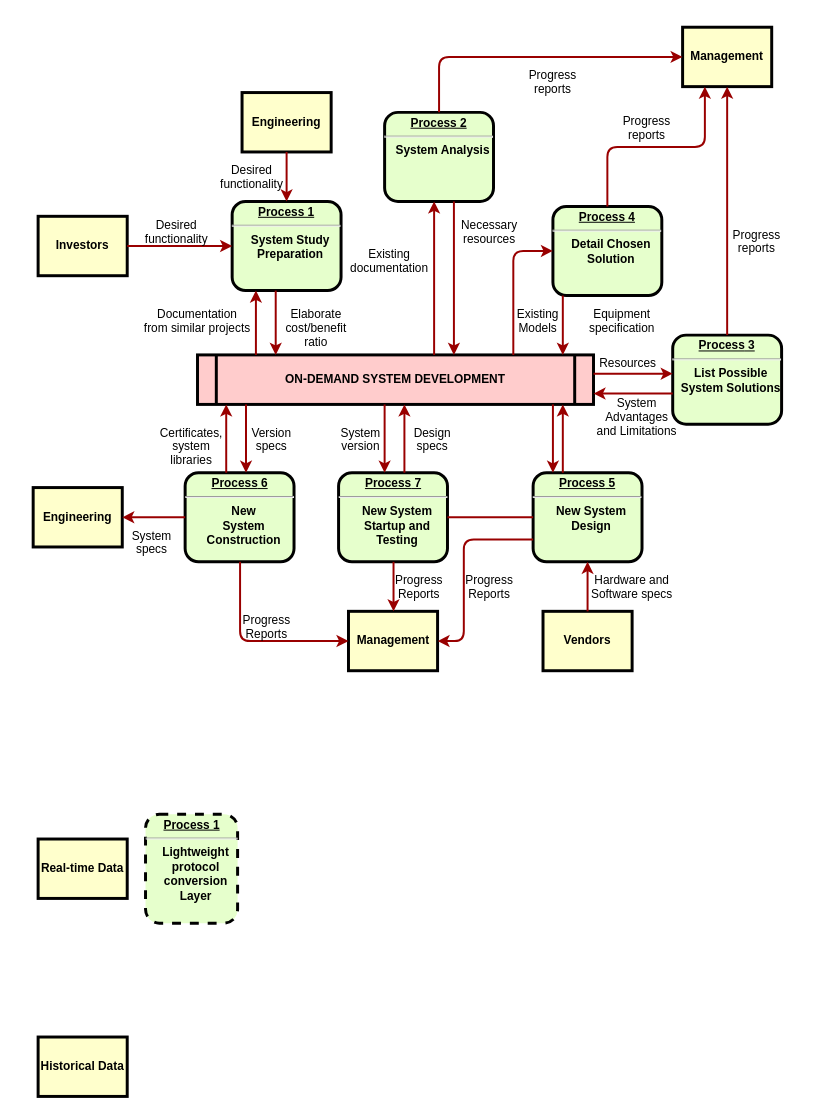
Above: data-flow.drawio in licongchao/Customized-Charts (draw.io), before the change. Source tidied: cells renumbered, new cells numbered last; positions are measured from the earlier drawing's top-left corner, leaving out a move shared by most shapes. Both pictures are drawn from the tidied source at 99%, with x=0, y=0 at pixel (33, 27).
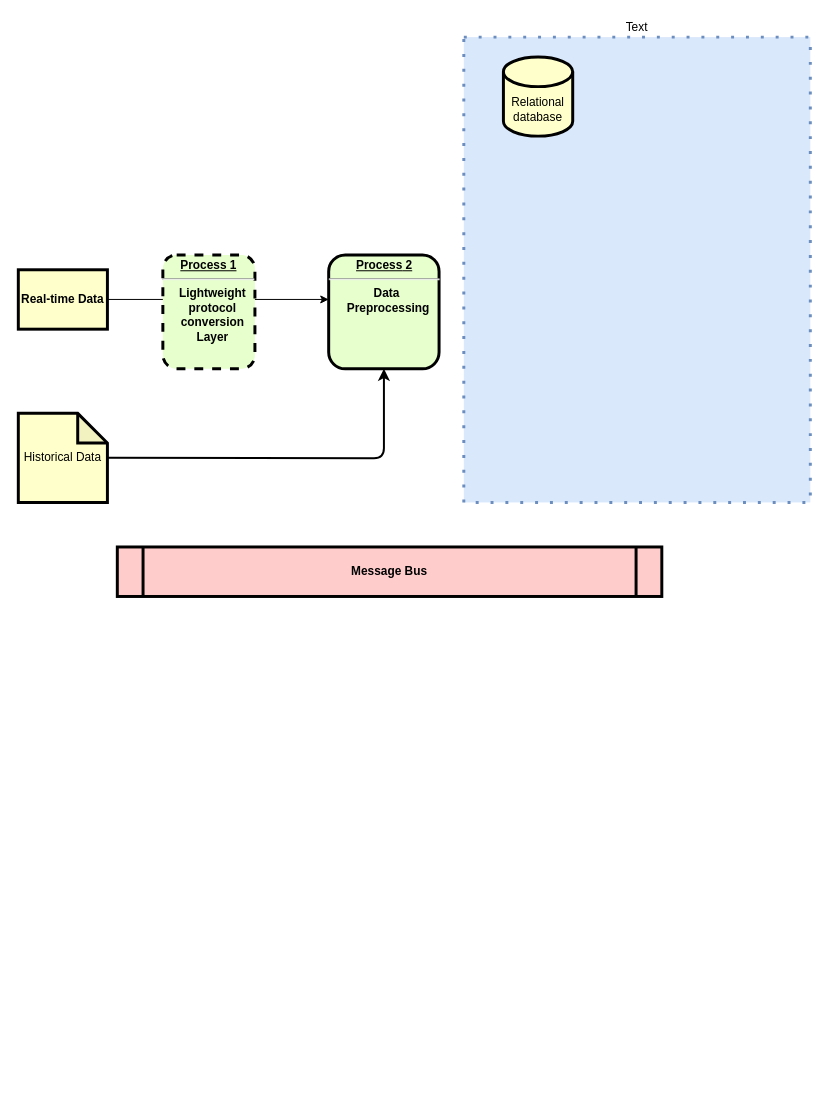
The same page after the edit.

The edit, as a diff of the source:
```diff
@@
-    <mxCell id="2" value="&lt;p style=&quot;margin: 0px; margin-top: 4px; text-align: center; text-decoration: underline;&quot;&gt;&lt;strong&gt;Process 1&lt;br /&gt;&lt;/strong&gt;&lt;/p&gt;&lt;hr /&gt;&lt;p style=&quot;margin: 0px; margin-left: 8px;&quot;&gt;System Study&lt;/p&gt;&lt;p style=&quot;margin: 0px; margin-left: 8px;&quot;&gt;Preparation&lt;/p&gt;" style="verticalAlign=middle;align=center;overflow=fill;fontSize=12;fontFamily=Helvetica;html=1;rounded=1;fontStyle=1;strokeWidth=3;fillColor=#E6FFCC;" parent="1" vertex="1">
-      <mxGeometry x="201" y="176" width="110" height="90" as="geometry" />
-    </mxCell>
-    <mxCell id="3" value="Engineering" style="whiteSpace=wrap;align=center;verticalAlign=middle;fontStyle=1;strokeWidth=3;fillColor=#FFFFCC;" parent="1" vertex="1">
-      <mxGeometry x="211" y="66" width="90" height="60" as="geometry" />
-    </mxCell>
-    <mxCell id="4" value="Investors" style="whiteSpace=wrap;align=center;verticalAlign=middle;fontStyle=1;strokeWidth=3;fillColor=#FFFFCC;" parent="1" vertex="1">
-      <mxGeometry x="5" y="191" width="90" height="60" as="geometry" />
-    </mxCell>
-    <mxCell id="5" value="ON-DEMAND SYSTEM DEVELOPMENT" style="shape=process;whiteSpace=wrap;align=center;verticalAlign=middle;size=0.0475;fontStyle=1;strokeWidth=3;fillColor=#FFCCCC;" parent="1" vertex="1">
-      <mxGeometry x="166" y="331" width="400" height="50" as="geometry" />
-    </mxCell>
-    <mxCell id="6" value="&lt;p style=&quot;margin: 0px; margin-top: 4px; text-align: center; text-decoration: underline;&quot;&gt;&lt;strong&gt;Process 2&lt;br /&gt;&lt;/strong&gt;&lt;/p&gt;&lt;hr /&gt;&lt;p style=&quot;margin: 0px; margin-left: 8px;&quot;&gt;System Analysis&lt;/p&gt;" style="verticalAlign=middle;align=center;overflow=fill;fontSize=12;fontFamily=Helvetica;html=1;rounded=1;fontStyle=1;strokeWidth=3;fillColor=#E6FFCC;" parent="1" vertex="1">
-      <mxGeometry x="355" y="86" width="110" height="90" as="geometry" />
-    </mxCell>
-    <mxCell id="7" value="&lt;p style=&quot;margin: 0px; margin-top: 4px; text-align: center; text-decoration: underline;&quot;&gt;&lt;strong&gt;&lt;strong&gt;Process&lt;/strong&gt; 3&lt;br /&gt;&lt;/strong&gt;&lt;/p&gt;&lt;hr /&gt;&lt;p style=&quot;margin: 0px; margin-left: 8px;&quot;&gt;List Possible&lt;/p&gt;&lt;p style=&quot;margin: 0px; margin-left: 8px;&quot;&gt;System Solutions&lt;/p&gt;" style="verticalAlign=middle;align=center;overflow=fill;fontSize=12;fontFamily=Helvetica;html=1;rounded=1;fontStyle=1;strokeWidth=3;fillColor=#E6FFCC;" parent="1" vertex="1">
-      <mxGeometry x="646" y="311" width="110" height="90" as="geometry" />
-    </mxCell>
-    <mxCell id="8" value="&lt;p style=&quot;margin: 0px; margin-top: 4px; text-align: center; text-decoration: underline;&quot;&gt;&lt;strong&gt;&lt;strong&gt;Process&lt;/strong&gt; 4&lt;br /&gt;&lt;/strong&gt;&lt;/p&gt;&lt;hr /&gt;&lt;p style=&quot;margin: 0px; margin-left: 8px;&quot;&gt;Detail Chosen&lt;/p&gt;&lt;p style=&quot;margin: 0px; margin-left: 8px;&quot;&gt;Solution&lt;/p&gt;" style="verticalAlign=middle;align=center;overflow=fill;fontSize=12;fontFamily=Helvetica;html=1;rounded=1;fontStyle=1;strokeWidth=3;fillColor=#E6FFCC;" parent="1" vertex="1">
-      <mxGeometry x="525" y="181" width="110" height="90" as="geometry" />
-    </mxCell>
-    <mxCell id="9" value="&lt;p style=&quot;margin: 0px; margin-top: 4px; text-align: center; text-decoration: underline;&quot;&gt;&lt;strong&gt;&lt;strong&gt;Process&lt;/strong&gt; 5&lt;br /&gt;&lt;/strong&gt;&lt;/p&gt;&lt;hr /&gt;&lt;p style=&quot;margin: 0px; margin-left: 8px;&quot;&gt;New System&lt;/p&gt;&lt;p style=&quot;margin: 0px; margin-left: 8px;&quot;&gt;Design&lt;/p&gt;" style="verticalAlign=middle;align=center;overflow=fill;fontSize=12;fontFamily=Helvetica;html=1;rounded=1;fontStyle=1;strokeWidth=3;fillColor=#E6FFCC;" parent="1" vertex="1">
-      <mxGeometry x="505" y="450" width="110" height="90" as="geometry" />
-    </mxCell>
-    <mxCell id="10" value="&lt;p style=&quot;margin: 0px; margin-top: 4px; text-align: center; text-decoration: underline;&quot;&gt;&lt;strong&gt;&lt;strong&gt;Process&lt;/strong&gt; 6&lt;br /&gt;&lt;/strong&gt;&lt;/p&gt;&lt;hr /&gt;&lt;p style=&quot;margin: 0px; margin-left: 8px;&quot;&gt;New&lt;/p&gt;&lt;p style=&quot;margin: 0px; margin-left: 8px;&quot;&gt;System&lt;/p&gt;&lt;p style=&quot;margin: 0px; margin-left: 8px;&quot;&gt;Construction&lt;/p&gt;" style="verticalAlign=middle;align=center;overflow=fill;fontSize=12;fontFamily=Helvetica;html=1;rounded=1;fontStyle=1;strokeWidth=3;fillColor=#E6FFCC;" parent="1" vertex="1">
-      <mxGeometry x="153.5" y="450" width="110" height="90" as="geometry" />
-    </mxCell>
-    <mxCell id="11" value="Management" style="whiteSpace=wrap;align=center;verticalAlign=middle;fontStyle=1;strokeWidth=3;fillColor=#FFFFCC;" parent="1" vertex="1">
-      <mxGeometry x="656" width="90" height="60" as="geometry" />
-    </mxCell>
-    <mxCell id="12" value="Management" style="whiteSpace=wrap;align=center;verticalAlign=middle;fontStyle=1;strokeWidth=3;fillColor=#FFFFCC;" parent="1" vertex="1">
-      <mxGeometry x="318.5" y="590" width="90" height="60" as="geometry" />
-    </mxCell>
-    <mxCell id="13" value="Engineering" style="whiteSpace=wrap;align=center;verticalAlign=middle;fontStyle=1;strokeWidth=3;fillColor=#FFFFCC;" parent="1" vertex="1">
-      <mxGeometry y="465" width="90" height="60" as="geometry" />
-    </mxCell>
-    <mxCell id="14" value="Vendors" style="whiteSpace=wrap;align=center;verticalAlign=middle;fontStyle=1;strokeWidth=3;fillColor=#FFFFCC;" parent="1" vertex="1">
-      <mxGeometry x="515" y="590" width="90" height="60" as="geometry" />
-    </mxCell>
-    <mxCell id="15" style="edgeStyle=none;noEdgeStyle=1;strokeColor=#990000;strokeWidth=2;" parent="1" edge="1" source="3" target="2">
-      <mxGeometry relative="1" as="geometry" />
-    </mxCell>
-    <mxCell id="16" style="edgeStyle=none;noEdgeStyle=1;strokeColor=#990000;strokeWidth=2;" parent="1" edge="1" source="4" target="2">
-      <mxGeometry relative="1" as="geometry" />
-    </mxCell>
-    <mxCell id="17" value="&lt;p style=&quot;margin: 0px; margin-top: 4px; text-align: center; text-decoration: underline;&quot;&gt;&lt;strong&gt;&lt;strong&gt;Process&lt;/strong&gt; 7&lt;br /&gt;&lt;/strong&gt;&lt;/p&gt;&lt;hr /&gt;&lt;p style=&quot;margin: 0px; margin-left: 8px;&quot;&gt;New System&lt;/p&gt;&lt;p style=&quot;margin: 0px; margin-left: 8px;&quot;&gt;Startup and&lt;/p&gt;&lt;p style=&quot;margin: 0px; margin-left: 8px;&quot;&gt;Testing&lt;/p&gt;" style="verticalAlign=middle;align=center;overflow=fill;fontSize=12;fontFamily=Helvetica;html=1;rounded=1;fontStyle=1;strokeWidth=3;fillColor=#E6FFCC;" parent="1" vertex="1">
-      <mxGeometry x="308.5" y="450" width="110" height="90" as="geometry" />
-    </mxCell>
-    <mxCell id="18" style="endArrow=none;noEdgeStyle=1;strokeColor=#990000;strokeWidth=2;" parent="1" edge="1" source="9" target="17">
-      <mxGeometry relative="1" as="geometry" />
-    </mxCell>
-    <mxCell id="19" value="Desired &#10;functionality" style="text;spacingTop=-5;align=center;" parent="1" vertex="1">
-      <mxGeometry x="130" y="191" width="30" height="20" as="geometry" />
-    </mxCell>
-    <mxCell id="20" value="Desired &#10;functionality" style="text;spacingTop=-5;align=center;" parent="1" vertex="1">
-      <mxGeometry x="206" y="136" width="30" height="20" as="geometry" />
-    </mxCell>
-    <mxCell id="21" value="Documentation&#10;from similar projects" style="text;spacingTop=-5;align=center;" parent="1" vertex="1">
-      <mxGeometry x="151" y="281" width="30" height="20" as="geometry" />
-    </mxCell>
-    <mxCell id="22" style="edgeStyle=elbowEdgeStyle;elbow=horizontal;strokeColor=#990000;strokeWidth=2;" parent="1" edge="1" source="5" target="2">
-      <mxGeometry relative="1" as="geometry">
-        <Array as="points">
-          <mxPoint x="225" y="310" />
-        </Array>
-      </mxGeometry>
-    </mxCell>
-    <mxCell id="23" style="edgeStyle=elbowEdgeStyle;elbow=horizontal;strokeColor=#990000;strokeWidth=2;" parent="1" edge="1" source="2" target="5">
-      <mxGeometry relative="1" as="geometry">
-        <Array as="points">
-          <mxPoint x="245" y="300" />
-        </Array>
-      </mxGeometry>
-    </mxCell>
-    <mxCell id="24" value="Elaborate&#10;cost/benefit&#10;ratio" style="text;spacingTop=-5;align=center;" parent="1" vertex="1">
-      <mxGeometry x="271" y="281" width="30" height="20" as="geometry" />
-    </mxCell>
-    <mxCell id="25" style="edgeStyle=elbowEdgeStyle;elbow=horizontal;strokeColor=#990000;strokeWidth=2;" parent="1" edge="1" source="5" target="6">
-      <mxGeometry relative="1" as="geometry">
-        <Array as="points">
-          <mxPoint x="405" y="250" />
-        </Array>
-      </mxGeometry>
-    </mxCell>
-    <mxCell id="26" style="edgeStyle=elbowEdgeStyle;elbow=horizontal;strokeColor=#990000;strokeWidth=2;" parent="1" edge="1" source="6" target="5">
-      <mxGeometry relative="1" as="geometry">
-        <Array as="points">
-          <mxPoint x="425" y="260" />
-        </Array>
-      </mxGeometry>
-    </mxCell>
-    <mxCell id="27" value="Existing&#10;documentation" style="text;spacingTop=-5;align=center;" parent="1" vertex="1">
-      <mxGeometry x="345" y="221" width="30" height="20" as="geometry" />
-    </mxCell>
-    <mxCell id="28" value="Necessary&#10;resources" style="text;spacingTop=-5;align=center;" parent="1" vertex="1">
-      <mxGeometry x="446" y="191" width="30" height="20" as="geometry" />
-    </mxCell>
-    <mxCell id="29" value="Progress&#10;reports" style="text;spacingTop=-5;align=center;" parent="1" vertex="1">
-      <mxGeometry x="510" y="40" width="30" height="20" as="geometry" />
-    </mxCell>
-    <mxCell id="30" value="Progress&#10;reports" style="text;spacingTop=-5;align=center;" parent="1" vertex="1">
-      <mxGeometry x="605" y="86" width="30" height="20" as="geometry" />
-    </mxCell>
-    <mxCell id="31" value="Progress&#10;reports" style="text;spacingTop=-5;align=center;" parent="1" vertex="1">
-      <mxGeometry x="716" y="201" width="30" height="20" as="geometry" />
-    </mxCell>
-    <mxCell id="32" style="edgeStyle=elbowEdgeStyle;elbow=horizontal;strokeColor=#990000;strokeWidth=2;" parent="1" edge="1" source="6" target="11">
-      <mxGeometry relative="1" as="geometry">
-        <Array as="points">
-          <mxPoint x="410" y="80" />
-        </Array>
-      </mxGeometry>
-    </mxCell>
-    <mxCell id="33" style="edgeStyle=elbowEdgeStyle;elbow=vertical;entryX=0.25;entryY=1;strokeColor=#990000;strokeWidth=2;" parent="1" edge="1" source="8" target="11">
-      <mxGeometry relative="1" as="geometry" />
-    </mxCell>
-    <mxCell id="34" style="edgeStyle=elbowEdgeStyle;elbow=horizontal;strokeColor=#990000;strokeWidth=2;" parent="1" edge="1" source="7" target="11">
-      <mxGeometry relative="1" as="geometry" />
-    </mxCell>
-    <mxCell id="35" style="edgeStyle=elbowEdgeStyle;elbow=horizontal;strokeColor=#990000;strokeWidth=2;" parent="1" edge="1" source="8" target="5">
-      <mxGeometry relative="1" as="geometry">
-        <Array as="points">
-          <mxPoint x="535" y="300" />
-        </Array>
-      </mxGeometry>
-    </mxCell>
-    <mxCell id="36" style="edgeStyle=segmentEdgeStyle;strokeColor=#990000;strokeWidth=2;" parent="1" edge="1" source="5" target="8">
-      <mxGeometry relative="1" as="geometry">
-        <Array as="points">
-          <mxPoint x="485" y="226" />
-        </Array>
-      </mxGeometry>
-    </mxCell>
-    <mxCell id="37" value="Existing&#10;Models" style="text;spacingTop=-5;align=center;" parent="1" vertex="1">
-      <mxGeometry x="495" y="281" width="30" height="20" as="geometry" />
-    </mxCell>
-    <mxCell id="38" value="Equipment&#10;specification" style="text;spacingTop=-5;align=center;" parent="1" vertex="1">
-      <mxGeometry x="580" y="281" width="30" height="20" as="geometry" />
-    </mxCell>
-    <mxCell id="39" style="edgeStyle=elbowEdgeStyle;elbow=vertical;strokeColor=#990000;strokeWidth=2;" parent="1" edge="1" source="5" target="7">
-      <mxGeometry relative="1" as="geometry">
-        <Array as="points">
-          <mxPoint x="615" y="350" />
-        </Array>
-      </mxGeometry>
-    </mxCell>
-    <mxCell id="40" style="edgeStyle=elbowEdgeStyle;elbow=vertical;strokeColor=#990000;strokeWidth=2;" parent="1" edge="1" source="7" target="5">
-      <mxGeometry relative="1" as="geometry">
-        <Array as="points">
-          <mxPoint x="615" y="370" />
-        </Array>
-      </mxGeometry>
-    </mxCell>
-    <mxCell id="41" value="Resources" style="text;spacingTop=-5;align=center;" parent="1" vertex="1">
-      <mxGeometry x="586" y="331" width="30" height="20" as="geometry" />
-    </mxCell>
-    <mxCell id="42" value="System &#10;Advantages &#10;and Limitations" style="text;spacingTop=-5;align=center;" parent="1" vertex="1">
-      <mxGeometry x="595" y="371" width="30" height="20" as="geometry" />
-    </mxCell>
-    <mxCell id="43" style="edgeStyle=elbowEdgeStyle;elbow=horizontal;strokeColor=#990000;strokeWidth=2;" parent="1" edge="1" source="9" target="5">
-      <mxGeometry relative="1" as="geometry">
-        <Array as="points">
-          <mxPoint x="535" y="410" />
-        </Array>
-      </mxGeometry>
-    </mxCell>
-    <mxCell id="44" style="edgeStyle=elbowEdgeStyle;elbow=horizontal;strokeColor=#990000;strokeWidth=2;" parent="1" edge="1" source="5" target="9">
-      <mxGeometry relative="1" as="geometry">
-        <Array as="points">
-          <mxPoint x="525" y="420" />
-        </Array>
-      </mxGeometry>
-    </mxCell>
-    <mxCell id="45" style="edgeStyle=elbowEdgeStyle;elbow=horizontal;strokeColor=#990000;strokeWidth=2;" parent="1" edge="1" source="14" target="9">
-      <mxGeometry relative="1" as="geometry" />
-    </mxCell>
-    <mxCell id="46" value="Hardware and&#10;Software specs" style="text;spacingTop=-5;align=center;" parent="1" vertex="1">
-      <mxGeometry x="590" y="550" width="30" height="20" as="geometry" />
-    </mxCell>
-    <mxCell id="47" style="edgeStyle=elbowEdgeStyle;elbow=horizontal;exitX=0;exitY=0.75;strokeColor=#990000;strokeWidth=2;" parent="1" edge="1" source="9" target="12">
-      <mxGeometry relative="1" as="geometry">
-        <Array as="points">
-          <mxPoint x="435" y="570" />
-        </Array>
-      </mxGeometry>
-    </mxCell>
-    <mxCell id="48" value="Progress&#10;Reports" style="text;spacingTop=-5;align=center;" parent="1" vertex="1">
-      <mxGeometry x="446" y="550" width="30" height="20" as="geometry" />
-    </mxCell>
-    <mxCell id="49" style="edgeStyle=elbowEdgeStyle;elbow=horizontal;strokeColor=#990000;strokeWidth=2;" parent="1" edge="1" source="17" target="12">
-      <mxGeometry relative="1" as="geometry" />
-    </mxCell>
-    <mxCell id="50" value="Progress&#10;Reports" style="text;spacingTop=-5;align=center;" parent="1" vertex="1">
-      <mxGeometry x="375" y="550" width="30" height="20" as="geometry" />
-    </mxCell>
-    <mxCell id="51" style="edgeStyle=elbowEdgeStyle;elbow=horizontal;strokeColor=#990000;strokeWidth=2;" parent="1" edge="1" source="10" target="12">
-      <mxGeometry relative="1" as="geometry">
-        <Array as="points">
-          <mxPoint x="209" y="570" />
-        </Array>
-      </mxGeometry>
-    </mxCell>
-    <mxCell id="52" value="Progress&#10;Reports" style="text;spacingTop=-5;align=center;" parent="1" vertex="1">
-      <mxGeometry x="221" y="590" width="30" height="20" as="geometry" />
-    </mxCell>
-    <mxCell id="53" style="edgeStyle=elbowEdgeStyle;elbow=vertical;strokeColor=#990000;strokeWidth=2;" parent="1" edge="1" source="10" target="13">
-      <mxGeometry relative="1" as="geometry" />
-    </mxCell>
-    <mxCell id="54" style="edgeStyle=elbowEdgeStyle;elbow=horizontal;strokeColor=#990000;strokeWidth=2;" parent="1" edge="1" source="5" target="17">
-      <mxGeometry relative="1" as="geometry">
-        <Array as="points">
-          <mxPoint x="355" y="410" />
-        </Array>
-      </mxGeometry>
-    </mxCell>
-    <mxCell id="55" style="edgeStyle=elbowEdgeStyle;elbow=horizontal;strokeColor=#990000;strokeWidth=2;" parent="1" edge="1" source="17" target="5">
-      <mxGeometry relative="1" as="geometry">
-        <Array as="points">
-          <mxPoint x="375" y="410" />
-        </Array>
-      </mxGeometry>
-    </mxCell>
-    <mxCell id="56" value="Version&#10;specs" style="text;spacingTop=-5;align=center;" parent="1" vertex="1">
-      <mxGeometry x="226" y="401" width="30" height="20" as="geometry" />
-    </mxCell>
-    <mxCell id="57" value="Certificates,&#10;system&#10;libraries" style="text;spacingTop=-5;align=center;" parent="1" vertex="1">
-      <mxGeometry x="145" y="401" width="30" height="20" as="geometry" />
-    </mxCell>
-    <mxCell id="58" style="edgeStyle=elbowEdgeStyle;elbow=horizontal;strokeColor=#990000;strokeWidth=2;" parent="1" edge="1" source="5" target="10">
-      <mxGeometry relative="1" as="geometry">
-        <Array as="points">
-          <mxPoint x="215" y="410" />
-        </Array>
-      </mxGeometry>
-    </mxCell>
-    <mxCell id="59" style="edgeStyle=elbowEdgeStyle;elbow=horizontal;strokeColor=#990000;strokeWidth=2;" parent="1" edge="1" source="10" target="5">
-      <mxGeometry relative="1" as="geometry">
-        <Array as="points">
-          <mxPoint x="195" y="410" />
-        </Array>
-      </mxGeometry>
-    </mxCell>
-    <mxCell id="60" value="System&#10;specs" style="text;spacingTop=-5;align=center;" parent="1" vertex="1">
-      <mxGeometry x="105" y="505" width="30" height="20" as="geometry" />
-    </mxCell>
-    <mxCell id="61" value="Design&#10;specs" style="text;spacingTop=-5;align=center;" parent="1" vertex="1">
-      <mxGeometry x="388.5" y="401" width="30" height="20" as="geometry" />
-    </mxCell>
-    <mxCell id="62" value="System&#10;version" style="text;spacingTop=-5;align=center;" parent="1" vertex="1">
-      <mxGeometry x="316" y="401" width="30" height="20" as="geometry" />
-    </mxCell>
+    <mxCell id="66" style="edgeStyle=orthogonalEdgeStyle;rounded=0;jettySize=auto;html=1;entryX=0;entryY=0.391;entryDx=0;entryDy=0;entryPerimeter=0;" parent="1" edge="1" source="63" target="69">
+      <mxGeometry relative="1" as="geometry" />
+    </mxCell>
     <mxCell id="63" value="Real-time Data" style="whiteSpace=wrap;align=center;verticalAlign=middle;fontStyle=1;strokeWidth=3;fillColor=#FFFFCC;" parent="1" vertex="1">
-      <mxGeometry x="5" y="820" width="90" height="60" as="geometry" />
+      <mxGeometry x="-15" y="245" width="90" height="60" as="geometry" />
     </mxCell>
+    <mxCell id="67" style="edgeStyle=orthogonalEdgeStyle;rounded=1;jettySize=auto;html=1;strokeWidth=2;" parent="1" edge="1" target="69">
+      <mxGeometry relative="1" as="geometry">
+        <mxPoint x="75" y="434.9" as="sourcePoint" />
+      </mxGeometry>
+    </mxCell>
+    <mxCell id="65" value="&lt;p style=&quot;margin: 0px ; margin-top: 4px ; text-align: center ; text-decoration: underline&quot;&gt;&lt;strong&gt;Process 1&lt;br&gt;&lt;/strong&gt;&lt;/p&gt;&lt;hr&gt;&lt;p style=&quot;margin: 0px ; margin-left: 8px&quot;&gt;Lightweight&lt;/p&gt;&lt;p style=&quot;margin: 0px ; margin-left: 8px&quot;&gt;protocol&lt;/p&gt;&lt;p style=&quot;margin: 0px ; margin-left: 8px&quot;&gt;conversion&lt;/p&gt;&lt;p style=&quot;margin: 0px ; margin-left: 8px&quot;&gt;Layer&lt;/p&gt;&lt;p style=&quot;margin: 0px ; margin-left: 8px&quot;&gt;&lt;br&gt;&lt;/p&gt;" style="verticalAlign=middle;align=center;overflow=fill;fontSize=12;fontFamily=Helvetica;html=1;rounded=1;fontStyle=1;strokeWidth=3;fillColor=#E6FFCC;dashed=1;" parent="1" vertex="1">
+      <mxGeometry x="131" y="230" width="93" height="115" as="geometry" />
+    </mxCell>
+    <mxCell id="68" value="Message Bus" style="shape=process;whiteSpace=wrap;align=center;verticalAlign=middle;size=0.0475;fontStyle=1;strokeWidth=3;fillColor=#FFCCCC;" parent="1" vertex="1">
+      <mxGeometry x="85" y="525" width="550" height="50" as="geometry" />
+    </mxCell>
+    <mxCell id="69" value="&lt;p style=&quot;margin: 0px ; margin-top: 4px ; text-align: center ; text-decoration: underline&quot;&gt;&lt;strong&gt;&lt;strong&gt;Process&lt;/strong&gt; 2&lt;br&gt;&lt;/strong&gt;&lt;/p&gt;&lt;hr&gt;&lt;p style=&quot;margin: 0px ; margin-left: 8px&quot;&gt;Data&amp;nbsp;&lt;/p&gt;&lt;p style=&quot;margin: 0px ; margin-left: 8px&quot;&gt;Preprocessing&lt;/p&gt;" style="verticalAlign=middle;align=center;overflow=fill;fontSize=12;fontFamily=Helvetica;html=1;rounded=1;fontStyle=1;strokeWidth=3;fillColor=#E6FFCC;" parent="1" vertex="1">
+      <mxGeometry x="298.5" y="230" width="111.5" height="115" as="geometry" />
+    </mxCell>
-    <mxCell id="64" value="Historical Data" style="whiteSpace=wrap;align=center;verticalAlign=middle;fontStyle=1;strokeWidth=3;fillColor=#FFFFCC;" parent="1" vertex="1">
-      <mxGeometry x="5" y="1020" width="90" height="60" as="geometry" />
+    <mxCell id="64" value="Historical Data" style="shape=note;whiteSpace=wrap;html=1;backgroundOutline=1;darkOpacity=0.05;strokeWidth=3;fillColor=#FFFFCC;" parent="1" vertex="1">
+      <mxGeometry x="-15" y="390" width="90" height="90" as="geometry" />
     </mxCell>
-    <mxCell id="65" value="&lt;p style=&quot;margin: 0px ; margin-top: 4px ; text-align: center ; text-decoration: underline&quot;&gt;&lt;strong&gt;Process 1&lt;br&gt;&lt;/strong&gt;&lt;/p&gt;&lt;hr&gt;&lt;p style=&quot;margin: 0px ; margin-left: 8px&quot;&gt;Lightweight&lt;/p&gt;&lt;p style=&quot;margin: 0px ; margin-left: 8px&quot;&gt;protocol&lt;/p&gt;&lt;p style=&quot;margin: 0px ; margin-left: 8px&quot;&gt;conversion&lt;/p&gt;&lt;p style=&quot;margin: 0px ; margin-left: 8px&quot;&gt;Layer&lt;/p&gt;&lt;p style=&quot;margin: 0px ; margin-left: 8px&quot;&gt;&lt;br&gt;&lt;/p&gt;" style="verticalAlign=middle;align=center;overflow=fill;fontSize=12;fontFamily=Helvetica;html=1;rounded=1;fontStyle=1;strokeWidth=3;fillColor=#E6FFCC;dashed=1;" parent="1" vertex="1">
-      <mxGeometry x="113.5" y="795" width="93" height="110" as="geometry" />
-    </mxCell>
+    <mxCell id="70" style="rounded=0;whiteSpace=wrap;html=1;strokeWidth=3;fillColor=#dae8fc;dashed=1;dashPattern=1 4;strokeColor=#6c8ebf;" parent="1" vertex="1">
+      <mxGeometry x="435" y="10" width="350" height="470" as="geometry" />
+    </mxCell>
+    <mxCell id="71" value="Relational database" style="shape=cylinder3;whiteSpace=wrap;html=1;boundedLbl=1;backgroundOutline=1;size=15;strokeWidth=3;fillColor=#FFFFCC;" parent="1" vertex="1">
+      <mxGeometry x="475" y="30" width="70" height="80" as="geometry" />
+    </mxCell>
+    <mxCell id="72" value="Text" style="text;html=1;strokeColor=none;fillColor=none;align=center;verticalAlign=middle;whiteSpace=wrap;rounded=0;dashed=1;dashPattern=1 4;" parent="1" vertex="1">
+      <mxGeometry x="560" y="-10" width="100" height="20" as="geometry" />
+    </mxCell>
```
